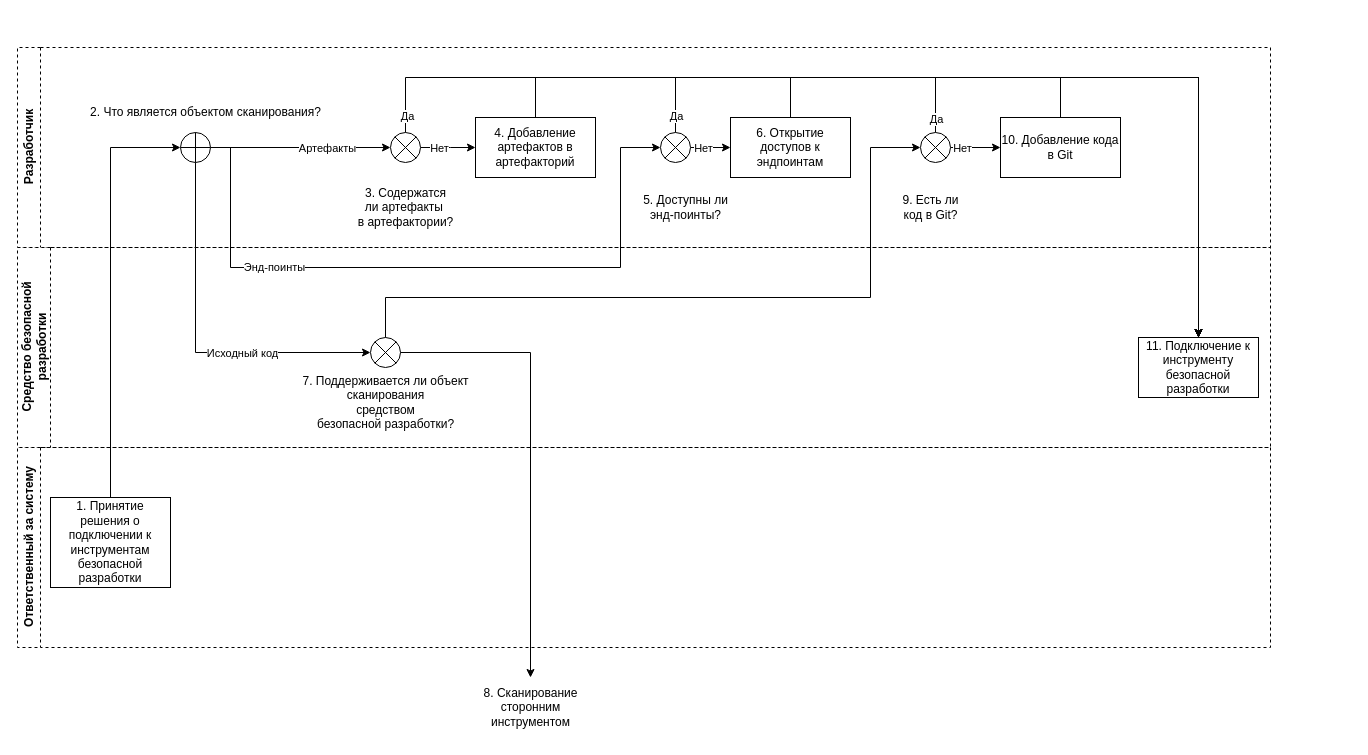
Before: page "Подключение" (1 of 4) of Alfa.drawio in GoluzinaD/Python, a draw.io diagram. Source tidied: cells renumbered, new cells numbered last; positions are measured from the earlier drawing's top-left corner, leaving out a move shared by most shapes. Both pictures are drawn from the tidied source at 100%, with x=0, y=0 at pixel (17, 47).
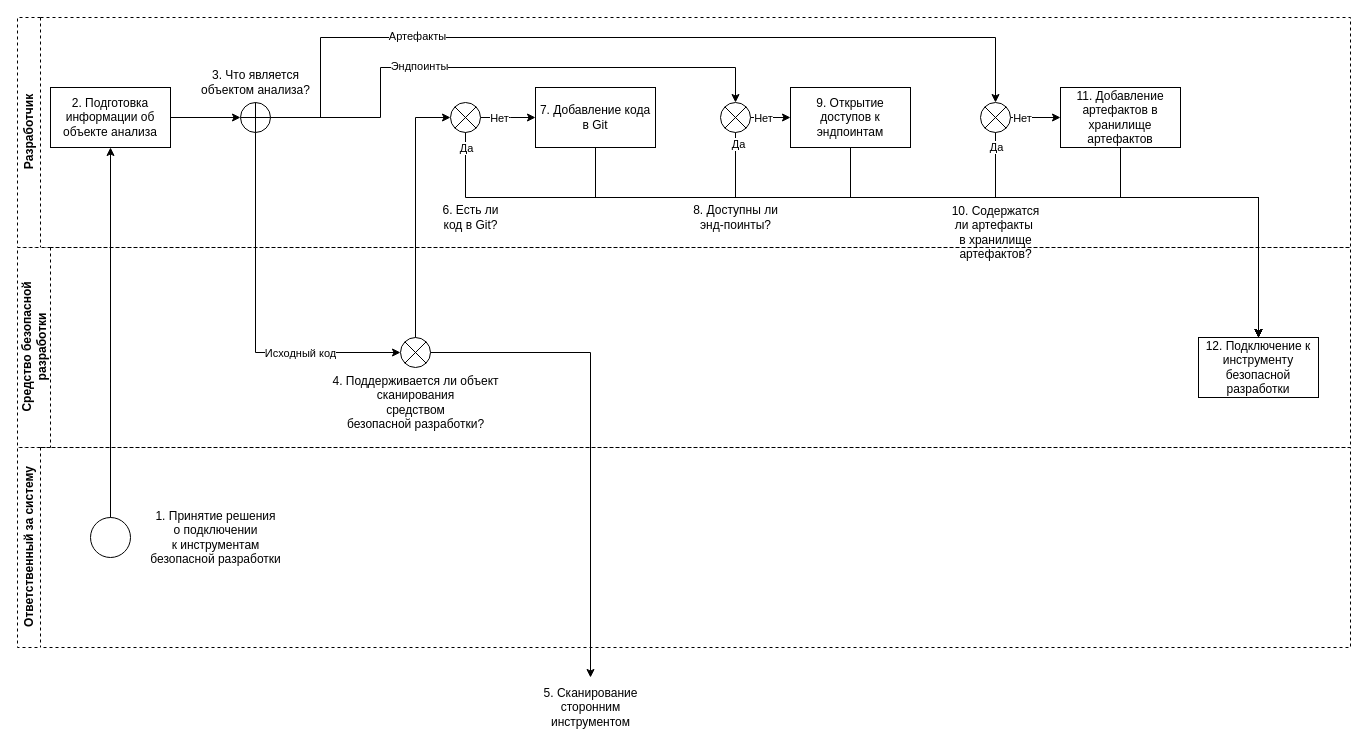
Above is the later version.

Change to the diagram source:
```diff
@@
-    <mxCell id="2" value="8. Сканирование &lt;br&gt;сторонним &lt;br&gt;инструментом" style="text;html=1;align=center;verticalAlign=middle;points=[];strokeColor=none;fillColor=none;" parent="1" vertex="1">
-      <mxGeometry x="453" y="630" width="120" height="60" as="geometry" />
+    <mxCell id="2" value="5. Сканирование &lt;br&gt;сторонним &lt;br&gt;инструментом" style="text;html=1;align=center;verticalAlign=middle;points=[];strokeColor=none;fillColor=none;" parent="1" vertex="1">
+      <mxGeometry x="513" y="630" width="120" height="60" as="geometry" />
     </mxCell>
     <mxCell id="3" value="Разработчик" style="swimlane;horizontal=0;whiteSpace=wrap;html=1;dashed=1;" parent="1" vertex="1">
-      <mxGeometry width="1253" height="200" as="geometry" />
+      <mxGeometry y="-30" width="1333" height="230" as="geometry" />
     </mxCell>
-    <mxCell id="4" value="9. Есть ли &lt;br&gt;код в Git?" style="text;html=1;align=center;verticalAlign=middle;strokeColor=none;fillColor=none;" parent="3" vertex="1">
-      <mxGeometry x="873" y="140" width="80" height="40" as="geometry" />
+    <mxCell id="4" value="6. Есть ли &lt;br&gt;код в Git?" style="text;html=1;align=center;verticalAlign=middle;strokeColor=none;fillColor=none;" parent="3" vertex="1">
+      <mxGeometry x="413" y="180" width="80" height="40" as="geometry" />
     </mxCell>
-    <mxCell id="5" style="edgeStyle=orthogonalEdgeStyle;rounded=0;jettySize=auto;html=1;entryX=0;entryY=0.5;entryDx=0;entryDy=0;entryPerimeter=0;" parent="3" edge="1" source="9" target="13">
-      <mxGeometry relative="1" as="geometry" />
-    </mxCell>
+    <mxCell id="7" style="edgeStyle=orthogonalEdgeStyle;rounded=0;jettySize=auto;html=1;entryX=0.5;entryY=0;entryDx=0;entryDy=0;entryPerimeter=0;" parent="3" edge="1" source="9" target="16">
+      <mxGeometry relative="1" as="geometry">
+        <Array as="points">
+          <mxPoint x="363" y="100" />
+          <mxPoint x="363" y="50" />
+          <mxPoint x="718" y="50" />
+        </Array>
+      </mxGeometry>
+    </mxCell>
+    <mxCell id="45" value="Эндпоинты" style="edgeLabel;html=1;align=center;verticalAlign=middle;" parent="7" vertex="1">
+      <mxGeometry x="-0.28" y="2" relative="1" as="geometry" />
+    </mxCell>
+    <mxCell id="46" style="edgeStyle=orthogonalEdgeStyle;rounded=0;jettySize=auto;html=1;entryX=0.5;entryY=0;entryDx=0;entryDy=0;entryPerimeter=0;" parent="3" edge="1" source="9" target="19">
+      <mxGeometry relative="1" as="geometry">
+        <Array as="points">
+          <mxPoint x="303" y="100" />
+          <mxPoint x="303" y="20" />
+          <mxPoint x="978" y="20" />
+        </Array>
+      </mxGeometry>
+    </mxCell>
-    <mxCell id="6" value="Артефакты" style="edgeLabel;html=1;align=center;verticalAlign=middle;" parent="5" vertex="1">
-      <mxGeometry x="0.29" relative="1" as="geometry" />
+    <mxCell id="6" value="Артефакты" style="edgeLabel;html=1;align=center;verticalAlign=middle;" parent="46" vertex="1">
+      <mxGeometry x="-0.51" y="2" relative="1" as="geometry">
+        <mxPoint x="13" as="offset" />
+      </mxGeometry>
     </mxCell>
-    <mxCell id="7" style="edgeStyle=orthogonalEdgeStyle;rounded=0;jettySize=auto;html=1;entryX=0;entryY=0.5;entryDx=0;entryDy=0;entryPerimeter=0;" parent="3" edge="1" source="9" target="16">
-      <mxGeometry relative="1" as="geometry">
-        <Array as="points">
-          <mxPoint x="213" y="100" />
-          <mxPoint x="213" y="220" />
-          <mxPoint x="603" y="220" />
-          <mxPoint x="603" y="100" />
-        </Array>
-      </mxGeometry>
-    </mxCell>
-    <mxCell id="8" value="Энд-поинты" style="edgeLabel;html=1;align=center;verticalAlign=middle;" parent="7" vertex="1">
-      <mxGeometry x="-0.47" y="1" relative="1" as="geometry" />
-    </mxCell>
     <mxCell id="9" style="verticalLabelPosition=bottom;verticalAlign=top;html=1;shape=mxgraph.flowchart.summing_function;" parent="3" vertex="1">
-      <mxGeometry x="163" y="85" width="30" height="30" as="geometry" />
+      <mxGeometry x="223" y="85" width="30" height="30" as="geometry" />
     </mxCell>
-    <mxCell id="10" value="2. Что является объектом сканирования?" style="text;html=1;align=center;verticalAlign=middle;strokeColor=none;fillColor=none;rotation=0;" parent="3" vertex="1">
-      <mxGeometry x="63" y="50" width="250" height="30" as="geometry" />
+    <mxCell id="10" value="3. Что является &lt;br&gt;объектом анализа?" style="text;html=1;align=center;verticalAlign=middle;strokeColor=none;fillColor=none;rotation=0;" parent="3" vertex="1">
+      <mxGeometry x="173" y="45" width="130" height="40" as="geometry" />
     </mxCell>
     <mxCell id="11" style="edgeStyle=orthogonalEdgeStyle;rounded=0;jettySize=auto;html=1;entryX=0;entryY=0.5;entryDx=0;entryDy=0;" parent="3" edge="1" source="13" target="21">
       <mxGeometry relative="1" as="geometry">
         <Array as="points">
-          <mxPoint x="433" y="100" />
-          <mxPoint x="433" y="100" />
+          <mxPoint x="493" y="100" />
+          <mxPoint x="493" y="100" />
         </Array>
       </mxGeometry>
     </mxCell>
@@
     <mxCell id="13" style="verticalLabelPosition=bottom;verticalAlign=top;html=1;shape=mxgraph.flowchart.or;" parent="3" vertex="1">
-      <mxGeometry x="373" y="85" width="30" height="30" as="geometry" />
+      <mxGeometry x="433" y="85" width="30" height="30" as="geometry" />
     </mxCell>
     <mxCell id="14" style="edgeStyle=orthogonalEdgeStyle;rounded=0;jettySize=auto;html=1;entryX=0;entryY=0.5;entryDx=0;entryDy=0;" parent="3" edge="1" source="16" target="22">
       <mxGeometry relative="1" as="geometry">
         <Array as="points">
-          <mxPoint x="693" y="100" />
-          <mxPoint x="693" y="100" />
+          <mxPoint x="753" y="100" />
+          <mxPoint x="753" y="100" />
         </Array>
       </mxGeometry>
     </mxCell>
@@
     <mxCell id="16" style="verticalLabelPosition=bottom;verticalAlign=top;html=1;shape=mxgraph.flowchart.or;" parent="3" vertex="1">
-      <mxGeometry x="643" y="85" width="30" height="30" as="geometry" />
+      <mxGeometry x="703" y="85" width="30" height="30" as="geometry" />
     </mxCell>
     <mxCell id="17" style="edgeStyle=orthogonalEdgeStyle;rounded=0;jettySize=auto;html=1;entryX=0;entryY=0.5;entryDx=0;entryDy=0;" parent="3" edge="1" source="19" target="23">
       <mxGeometry relative="1" as="geometry">
         <Array as="points">
-          <mxPoint x="953" y="100" />
-          <mxPoint x="953" y="100" />
+          <mxPoint x="1013" y="100" />
+          <mxPoint x="1013" y="100" />
         </Array>
       </mxGeometry>
     </mxCell>
@@
     <mxCell id="19" style="verticalLabelPosition=bottom;verticalAlign=top;html=1;shape=mxgraph.flowchart.or;" parent="3" vertex="1">
-      <mxGeometry x="903" y="85" width="30" height="30" as="geometry" />
+      <mxGeometry x="963" y="85" width="30" height="30" as="geometry" />
     </mxCell>
-    <mxCell id="20" value="5. Доступны ли &lt;br&gt;энд-поинты?" style="text;html=1;align=center;verticalAlign=middle;strokeColor=none;fillColor=none;" parent="3" vertex="1">
-      <mxGeometry x="613" y="140" width="110" height="40" as="geometry" />
-    </mxCell>
-    <mxCell id="21" value="4. Добавление артефактов в артефакторий" style="rounded=0;whiteSpace=wrap;html=1;" parent="3" vertex="1">
-      <mxGeometry x="458" y="70" width="120" height="60" as="geometry" />
+    <mxCell id="21" value="7. Добавление кода в Git" style="rounded=0;whiteSpace=wrap;html=1;" parent="3" vertex="1">
+      <mxGeometry x="518" y="70" width="120" height="60" as="geometry" />
     </mxCell>
-    <mxCell id="22" value="6. Открытие доступов к эндпоинтам" style="rounded=0;whiteSpace=wrap;html=1;" parent="3" vertex="1">
-      <mxGeometry x="713" y="70" width="120" height="60" as="geometry" />
+    <mxCell id="22" value="9. Открытие доступов к эндпоинтам" style="rounded=0;whiteSpace=wrap;html=1;" parent="3" vertex="1">
+      <mxGeometry x="773" y="70" width="120" height="60" as="geometry" />
     </mxCell>
-    <mxCell id="23" value="10. Добавление кода в Git" style="rounded=0;whiteSpace=wrap;html=1;" parent="3" vertex="1">
-      <mxGeometry x="983" y="70" width="120" height="60" as="geometry" />
+    <mxCell id="23" value="11. Добавление артефактов в хранилище артефактов" style="rounded=0;whiteSpace=wrap;html=1;" parent="3" vertex="1">
+      <mxGeometry x="1043" y="70" width="120" height="60" as="geometry" />
     </mxCell>
+    <mxCell id="47" style="edgeStyle=orthogonalEdgeStyle;rounded=0;jettySize=auto;html=1;entryX=0;entryY=0.5;entryDx=0;entryDy=0;entryPerimeter=0;" parent="3" edge="1" source="48" target="9">
+      <mxGeometry relative="1" as="geometry" />
+    </mxCell>
+    <mxCell id="48" value="2. Подготовка информации об объекте анализа" style="rounded=0;whiteSpace=wrap;html=1;" parent="3" vertex="1">
+      <mxGeometry x="33" y="70" width="120" height="60" as="geometry" />
+    </mxCell>
+    <mxCell id="20" value="8. Доступны ли &lt;br&gt;энд-поинты?" style="text;html=1;align=center;verticalAlign=middle;strokeColor=none;fillColor=none;" parent="3" vertex="1">
+      <mxGeometry x="663" y="180" width="110" height="40" as="geometry" />
+    </mxCell>
-    <mxCell id="24" value="3. Содержатся &lt;br&gt;ли артефакты&amp;nbsp;&lt;br&gt;в артефактории?" style="text;html=1;align=center;verticalAlign=middle;strokeColor=none;fillColor=none;" parent="3" vertex="1">
-      <mxGeometry x="328" y="130" width="120" height="60" as="geometry" />
+    <mxCell id="24" value="10. Содержатся &lt;br&gt;ли артефакты&amp;nbsp;&lt;br&gt;в хранилище &lt;br&gt;артефактов?" style="text;html=1;align=center;verticalAlign=middle;strokeColor=none;fillColor=none;" parent="3" vertex="1">
+      <mxGeometry x="923" y="180" width="110" height="70" as="geometry" />
     </mxCell>
     <mxCell id="25" value="Средство безопасной разработки" style="swimlane;horizontal=0;whiteSpace=wrap;html=1;startSize=33;dashed=1;" parent="1" vertex="1">
-      <mxGeometry y="200" width="1253" height="200" as="geometry" />
+      <mxGeometry y="200" width="1333" height="200" as="geometry" />
     </mxCell>
-    <mxCell id="26" style="verticalLabelPosition=bottom;verticalAlign=top;html=1;shape=mxgraph.flowchart.or;" parent="25" vertex="1">
-      <mxGeometry x="353" y="90" width="30" height="30" as="geometry" />
+    <mxCell id="26" style="verticalLabelPosition=bottom;verticalAlign=top;html=1;shape=mxgraph.flowchart.or;direction=south;" parent="25" vertex="1">
+      <mxGeometry x="383" y="90" width="30" height="30" as="geometry" />
     </mxCell>
-    <mxCell id="27" value="7. Поддерживается ли объект&lt;br&gt;сканирования&lt;br&gt;средством &lt;br&gt;безопасной разработки?" style="text;html=1;align=center;verticalAlign=middle;strokeColor=none;fillColor=none;rotation=0;" parent="25" vertex="1">
-      <mxGeometry x="273" y="120" width="190" height="70" as="geometry" />
+    <mxCell id="27" value="4. Поддерживается ли объект&lt;br&gt;сканирования&lt;br&gt;средством &lt;br&gt;безопасной разработки?" style="text;html=1;align=center;verticalAlign=middle;strokeColor=none;fillColor=none;rotation=0;" parent="25" vertex="1">
+      <mxGeometry x="303" y="120" width="190" height="70" as="geometry" />
     </mxCell>
-    <mxCell id="28" value="11. Подключение к инструменту безопасной разработки" style="rounded=0;whiteSpace=wrap;html=1;" parent="25" vertex="1">
-      <mxGeometry x="1121" y="90" width="120" height="60" as="geometry" />
+    <mxCell id="28" value="12. Подключение к инструменту безопасной разработки" style="rounded=0;whiteSpace=wrap;html=1;" parent="25" vertex="1">
+      <mxGeometry x="1181" y="90" width="120" height="60" as="geometry" />
     </mxCell>
     <mxCell id="29" value="Ответственный за систему" style="swimlane;horizontal=0;whiteSpace=wrap;html=1;startSize=23;dashed=1;" parent="1" vertex="1">
-      <mxGeometry y="400" width="1253" height="200" as="geometry" />
+      <mxGeometry y="400" width="1333" height="200" as="geometry" />
     </mxCell>
+    <mxCell id="49" style="ellipse;whiteSpace=wrap;html=1;" parent="29" vertex="1">
+      <mxGeometry x="73" y="70" width="40" height="40" as="geometry" />
+    </mxCell>
-    <mxCell id="30" value="1. Принятие решения о подключении к инструментам безопасной разработки" style="rounded=0;whiteSpace=wrap;html=1;" parent="29" vertex="1">
-      <mxGeometry x="33" y="50" width="120" height="90" as="geometry" />
+    <mxCell id="30" value="1. Принятие решения &lt;br&gt;о подключении &lt;br&gt;к инструментам &lt;br&gt;безопасной разработки" style="text;html=1;align=center;verticalAlign=middle;points=[];strokeColor=none;fillColor=none;" parent="29" vertex="1">
+      <mxGeometry x="123" y="55" width="150" height="70" as="geometry" />
     </mxCell>
+    <mxCell id="44" style="edgeStyle=orthogonalEdgeStyle;rounded=0;jettySize=auto;html=1;" parent="1" edge="1" source="26" target="2">
+      <mxGeometry relative="1" as="geometry" />
+    </mxCell>
+    <mxCell id="50" style="edgeStyle=orthogonalEdgeStyle;rounded=0;jettySize=auto;html=1;entryX=0.5;entryY=1;entryDx=0;entryDy=0;" parent="1" edge="1" source="49" target="48">
+      <mxGeometry relative="1" as="geometry" />
+    </mxCell>
+    <mxCell id="51" style="edgeStyle=orthogonalEdgeStyle;rounded=0;jettySize=auto;html=1;entryX=0;entryY=0.5;entryDx=0;entryDy=0;entryPerimeter=0;" parent="1" edge="1" source="26" target="13">
+      <mxGeometry relative="1" as="geometry">
+        <Array as="points">
+          <mxPoint x="398" y="70" />
+        </Array>
+      </mxGeometry>
+    </mxCell>
+    <mxCell id="41" style="edgeStyle=orthogonalEdgeStyle;rounded=0;jettySize=auto;html=1;entryX=0.5;entryY=1;entryDx=0;entryDy=0;entryPerimeter=0;exitX=0.5;exitY=1;exitDx=0;exitDy=0;exitPerimeter=0;" parent="1" edge="1" source="9" target="26">
+      <mxGeometry relative="1" as="geometry" />
+    </mxCell>
+    <mxCell id="42" value="Исходный код" style="edgeLabel;html=1;align=center;verticalAlign=middle;" parent="41" vertex="1">
+      <mxGeometry x="0.41" y="3" relative="1" as="geometry">
+        <mxPoint x="7" y="3" as="offset" />
+      </mxGeometry>
+    </mxCell>
-    <mxCell id="31" style="edgeStyle=orthogonalEdgeStyle;rounded=0;jettySize=auto;html=1;" parent="1" edge="1" source="13" target="28">
+    <mxCell id="31" style="edgeStyle=orthogonalEdgeStyle;rounded=0;jettySize=auto;html=1;entryX=0.5;entryY=0;entryDx=0;entryDy=0;" parent="1" edge="1" source="13" target="28">
       <mxGeometry relative="1" as="geometry">
         <Array as="points">
-          <mxPoint x="388" y="30" />
-          <mxPoint x="1181" y="30" />
+          <mxPoint x="448" y="150" />
+          <mxPoint x="1241" y="150" />
         </Array>
       </mxGeometry>
     </mxCell>
-    <mxCell id="32" value="Да" style="edgeLabel;html=1;align=center;verticalAlign=middle;" parent="31" vertex="1">
-      <mxGeometry x="-0.97" y="-1" relative="1" as="geometry" />
-    </mxCell>
+    <mxCell id="52" value="Да" style="edgeLabel;html=1;align=center;verticalAlign=middle;" parent="31" vertex="1">
+      <mxGeometry x="-0.97" relative="1" as="geometry" />
+    </mxCell>
     <mxCell id="33" style="edgeStyle=orthogonalEdgeStyle;rounded=0;jettySize=auto;html=1;" parent="1" edge="1" source="21" target="28">
       <mxGeometry relative="1" as="geometry">
         <Array as="points">
-          <mxPoint x="518" y="30" />
-          <mxPoint x="1181" y="30" />
+          <mxPoint x="578" y="150" />
+          <mxPoint x="1241" y="150" />
         </Array>
       </mxGeometry>
     </mxCell>
     <mxCell id="34" style="edgeStyle=orthogonalEdgeStyle;rounded=0;jettySize=auto;html=1;entryX=0.5;entryY=0;entryDx=0;entryDy=0;" parent="1" edge="1" source="16" target="28">
       <mxGeometry relative="1" as="geometry">
         <Array as="points">
-          <mxPoint x="658" y="30" />
-          <mxPoint x="1181" y="30" />
+          <mxPoint x="718" y="150" />
+          <mxPoint x="1241" y="150" />
         </Array>
       </mxGeometry>
     </mxCell>
-    <mxCell id="35" value="Да" style="edgeLabel;html=1;align=center;verticalAlign=middle;" parent="34" vertex="1">
-      <mxGeometry x="-0.96" relative="1" as="geometry" />
-    </mxCell>
+    <mxCell id="53" value="Да" style="edgeLabel;html=1;align=center;verticalAlign=middle;" parent="34" vertex="1">
+      <mxGeometry x="-0.97" y="2" relative="1" as="geometry" />
+    </mxCell>
     <mxCell id="36" style="edgeStyle=orthogonalEdgeStyle;rounded=0;jettySize=auto;html=1;entryX=0.5;entryY=0;entryDx=0;entryDy=0;" parent="1" edge="1" source="22" target="28">
       <mxGeometry relative="1" as="geometry">
         <Array as="points">
-          <mxPoint x="773" y="30" />
-          <mxPoint x="1181" y="30" />
+          <mxPoint x="833" y="150" />
+          <mxPoint x="1241" y="150" />
         </Array>
       </mxGeometry>
     </mxCell>
-    <mxCell id="37" style="edgeStyle=orthogonalEdgeStyle;rounded=0;jettySize=auto;html=1;" parent="1" edge="1" source="19" target="28">
+    <mxCell id="37" style="edgeStyle=orthogonalEdgeStyle;rounded=0;jettySize=auto;html=1;entryX=0.5;entryY=0;entryDx=0;entryDy=0;" parent="1" edge="1" source="19" target="28">
       <mxGeometry relative="1" as="geometry">
         <Array as="points">
-          <mxPoint x="918" y="30" />
-          <mxPoint x="1181" y="30" />
+          <mxPoint x="978" y="150" />
+          <mxPoint x="1241" y="150" />
         </Array>
       </mxGeometry>
     </mxCell>
-    <mxCell id="38" value="Да" style="edgeLabel;html=1;align=center;verticalAlign=middle;" parent="37" vertex="1">
-      <mxGeometry x="-0.95" relative="1" as="geometry" />
-    </mxCell>
+    <mxCell id="54" value="Да" style="edgeLabel;html=1;align=center;verticalAlign=middle;" parent="37" vertex="1">
+      <mxGeometry x="-0.91" y="1" relative="1" as="geometry">
+        <mxPoint x="-1" y="-7" as="offset" />
+      </mxGeometry>
+    </mxCell>
-    <mxCell id="39" style="edgeStyle=orthogonalEdgeStyle;rounded=0;jettySize=auto;html=1;" parent="1" edge="1" source="23" target="28">
+    <mxCell id="39" style="edgeStyle=orthogonalEdgeStyle;rounded=0;jettySize=auto;html=1;entryX=0.5;entryY=0;entryDx=0;entryDy=0;" parent="1" edge="1" source="23" target="28">
       <mxGeometry relative="1" as="geometry">
         <Array as="points">
-          <mxPoint x="1043" y="30" />
-          <mxPoint x="1181" y="30" />
+          <mxPoint x="1103" y="150" />
+          <mxPoint x="1241" y="150" />
         </Array>
       </mxGeometry>
     </mxCell>
-    <mxCell id="40" style="edgeStyle=orthogonalEdgeStyle;rounded=0;jettySize=auto;html=1;entryX=0;entryY=0.5;entryDx=0;entryDy=0;entryPerimeter=0;" parent="1" edge="1" source="30" target="9">
-      <mxGeometry relative="1" as="geometry">
-        <Array as="points">
-          <mxPoint x="93" y="100" />
-        </Array>
-      </mxGeometry>
-    </mxCell>
-    <mxCell id="41" style="edgeStyle=orthogonalEdgeStyle;rounded=0;jettySize=auto;html=1;entryX=0;entryY=0.5;entryDx=0;entryDy=0;entryPerimeter=0;" parent="1" edge="1" source="9" target="26">
-      <mxGeometry relative="1" as="geometry">
-        <Array as="points">
-          <mxPoint x="178" y="305" />
-        </Array>
-      </mxGeometry>
-    </mxCell>
-    <mxCell id="42" value="Исходный код" style="edgeLabel;html=1;align=center;verticalAlign=middle;" parent="41" vertex="1">
-      <mxGeometry x="0.34" y="-4" relative="1" as="geometry">
-        <mxPoint x="-9" y="-4" as="offset" />
-      </mxGeometry>
-    </mxCell>
-    <mxCell id="43" style="edgeStyle=orthogonalEdgeStyle;rounded=0;jettySize=auto;html=1;entryX=0;entryY=0.5;entryDx=0;entryDy=0;entryPerimeter=0;" parent="1" edge="1" source="26" target="19">
-      <mxGeometry relative="1" as="geometry">
-        <Array as="points">
-          <mxPoint x="368" y="250" />
-          <mxPoint x="853" y="250" />
-          <mxPoint x="853" y="100" />
-        </Array>
-      </mxGeometry>
-    </mxCell>
-    <mxCell id="44" style="edgeStyle=orthogonalEdgeStyle;rounded=0;jettySize=auto;html=1;" parent="1" edge="1" source="26" target="2">
-      <mxGeometry relative="1" as="geometry" />
-    </mxCell>
```
